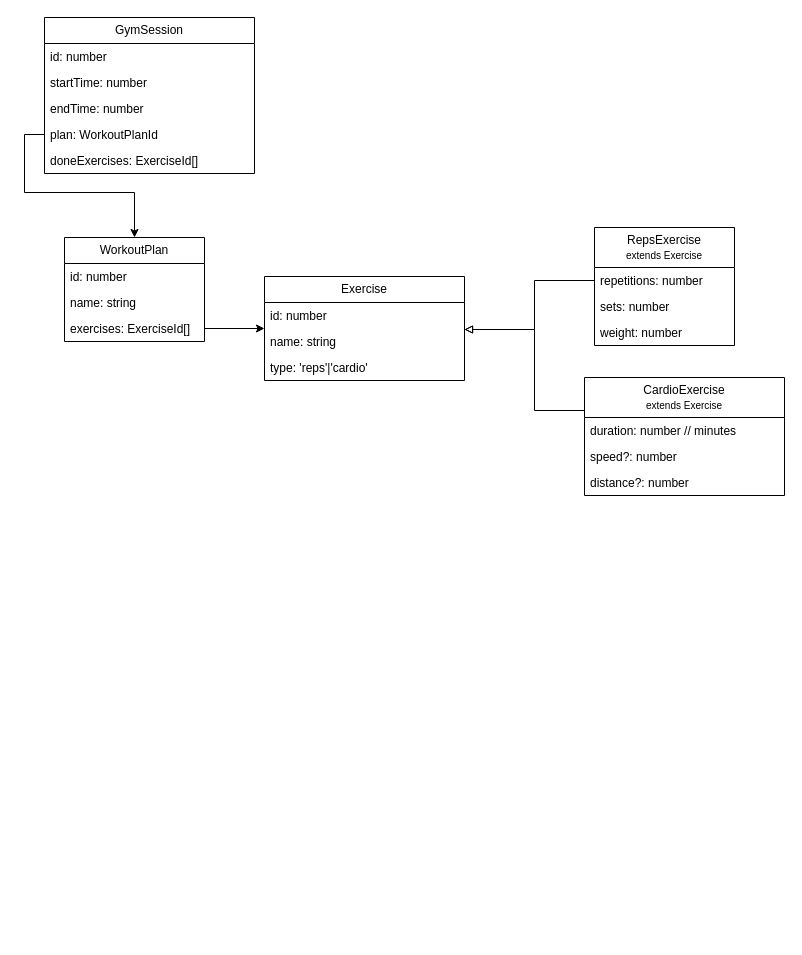
This is Architecture.drawio from Polarts/gym-tracker, a draw.io file, before an edit. Source tidied: cells renumbered, new cells numbered last; positions are measured from the earlier drawing's top-left corner, leaving out a move shared by most shapes. Both pictures are drawn from the tidied source at 100%, with x=0, y=0 at pixel (44, 17).
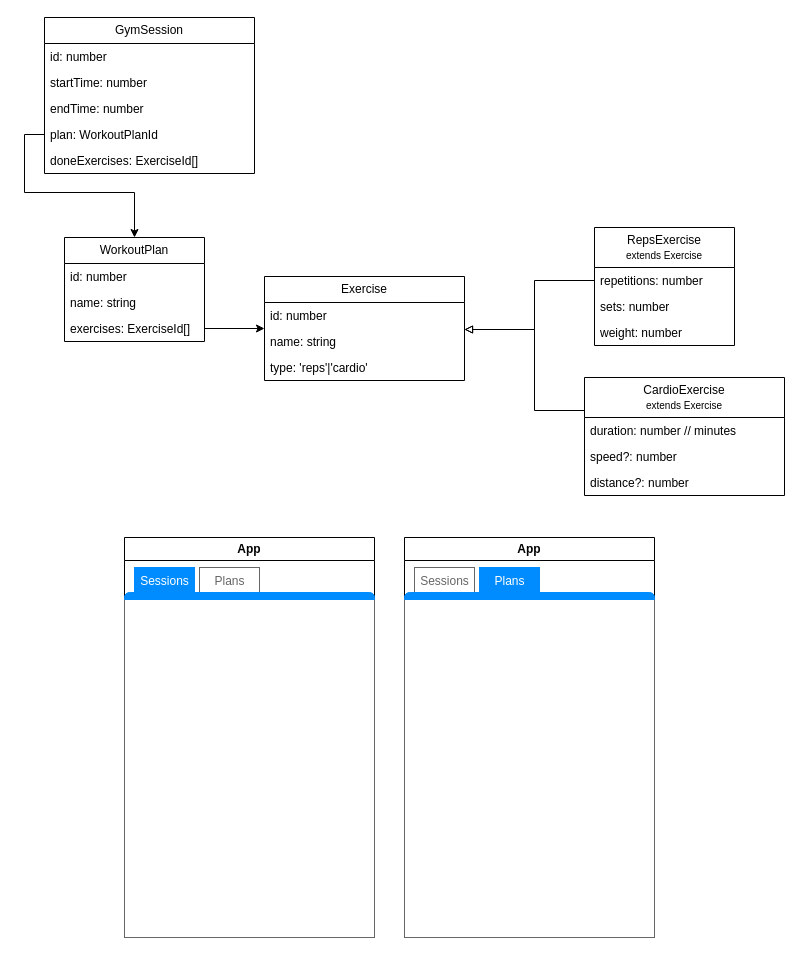
The same page after the edit.

Diff of the diagram source:
```diff
@@
+    <mxCell id="28" value="App" style="swimlane;whiteSpace=wrap;html=1;" parent="1" vertex="1">
+      <mxGeometry x="80" y="520" width="250" height="400" as="geometry" />
+    </mxCell>
+    <mxCell id="29" style="strokeWidth=1;shadow=0;dashed=0;align=center;html=1;shape=mxgraph.mockup.containers.marginRect2;rectMarginTop=32;strokeColor=#666666;gradientColor=none;whiteSpace=wrap;" parent="28" vertex="1">
+      <mxGeometry y="30" width="250" height="370" as="geometry" />
+    </mxCell>
+    <mxCell id="30" value="&lt;font style=&quot;font-size: 12px;&quot;&gt;Sessions&lt;/font&gt;" style="strokeWidth=1;shadow=0;dashed=0;align=center;html=1;shape=mxgraph.mockup.containers.rrect;rSize=0;fontSize=17;fontColor=#ffffff;strokeColor=#008cff;fillColor=#008cff;" parent="29" vertex="1">
+      <mxGeometry width="60" height="25" relative="1" as="geometry">
+        <mxPoint x="10" as="offset" />
+      </mxGeometry>
+    </mxCell>
+    <mxCell id="31" value="&lt;font style=&quot;font-size: 12px;&quot;&gt;Plans&lt;/font&gt;" style="strokeColor=inherit;fillColor=inherit;gradientColor=inherit;strokeWidth=1;shadow=0;dashed=0;align=center;html=1;shape=mxgraph.mockup.containers.rrect;rSize=0;fontSize=17;fontColor=#666666;gradientColor=none;" parent="29" vertex="1">
+      <mxGeometry width="60" height="25" relative="1" as="geometry">
+        <mxPoint x="75" as="offset" />
+      </mxGeometry>
+    </mxCell>
+    <mxCell id="32" style="strokeWidth=1;shadow=0;dashed=0;align=center;html=1;shape=mxgraph.mockup.containers.topButton;rSize=5;strokeColor=#008cff;fillColor=#008cff;gradientColor=none;" parent="29" vertex="1">
+      <mxGeometry width="250" height="7" relative="1" as="geometry">
+        <mxPoint y="25" as="offset" />
+      </mxGeometry>
+    </mxCell>
+    <mxCell id="33" value="App" style="swimlane;whiteSpace=wrap;html=1;" parent="1" vertex="1">
+      <mxGeometry x="360" y="520" width="250" height="400" as="geometry" />
+    </mxCell>
+    <mxCell id="34" style="strokeWidth=1;shadow=0;dashed=0;align=center;html=1;shape=mxgraph.mockup.containers.marginRect2;rectMarginTop=32;strokeColor=#666666;gradientColor=none;whiteSpace=wrap;" parent="33" vertex="1">
+      <mxGeometry y="30" width="250" height="370" as="geometry" />
+    </mxCell>
+    <mxCell id="35" value="&lt;font style=&quot;font-size: 12px;&quot;&gt;Sessions&lt;/font&gt;" style="strokeColor=inherit;fillColor=inherit;gradientColor=inherit;strokeWidth=1;shadow=0;dashed=0;align=center;html=1;shape=mxgraph.mockup.containers.rrect;rSize=0;fontSize=17;fontColor=#666666;gradientColor=none;" parent="34" vertex="1">
+      <mxGeometry width="60" height="25" relative="1" as="geometry">
+        <mxPoint x="10" as="offset" />
+      </mxGeometry>
+    </mxCell>
+    <mxCell id="36" value="&lt;font style=&quot;font-size: 12px;&quot;&gt;Plans&lt;/font&gt;" style="strokeWidth=1;shadow=0;dashed=0;align=center;html=1;shape=mxgraph.mockup.containers.rrect;rSize=0;fontSize=17;fontColor=#ffffff;strokeColor=#008cff;fillColor=#008cff;" parent="34" vertex="1">
+      <mxGeometry width="60" height="25" relative="1" as="geometry">
+        <mxPoint x="75" as="offset" />
+      </mxGeometry>
+    </mxCell>
+    <mxCell id="37" style="strokeWidth=1;shadow=0;dashed=0;align=center;html=1;shape=mxgraph.mockup.containers.topButton;rSize=5;strokeColor=#008cff;fillColor=#008cff;gradientColor=none;" parent="34" vertex="1">
+      <mxGeometry width="250" height="7" relative="1" as="geometry">
+        <mxPoint y="25" as="offset" />
+      </mxGeometry>
+    </mxCell>
```
